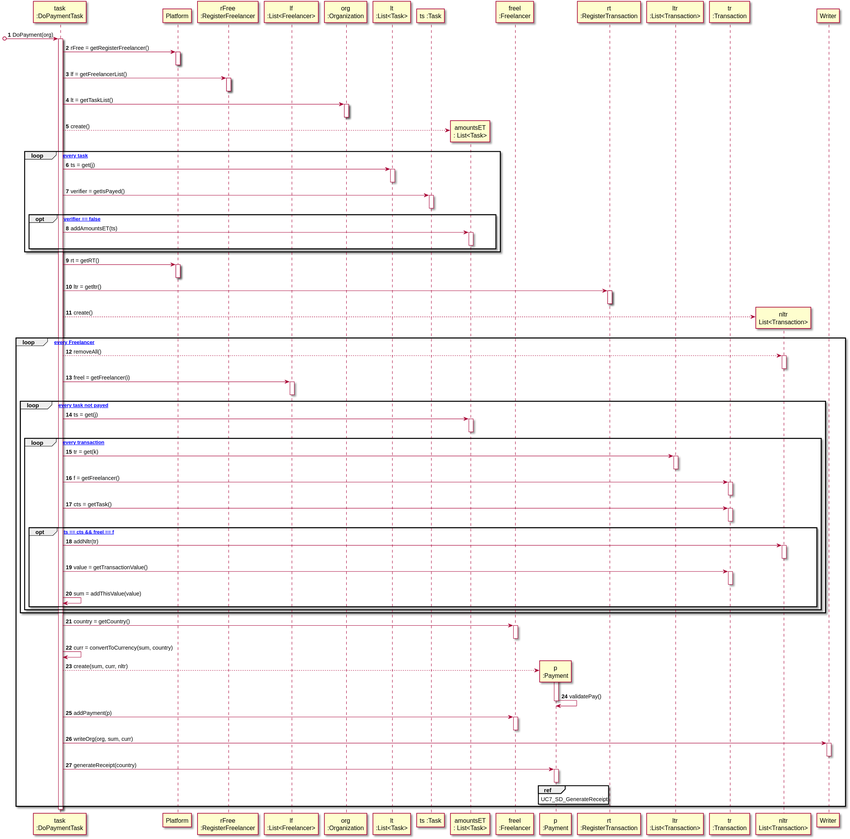
The PlantUML diagram docs/UC7 - Do Payment Automatically/UC7_SD_DoPayment.svg in 1190452/LAPR2, before a commit.
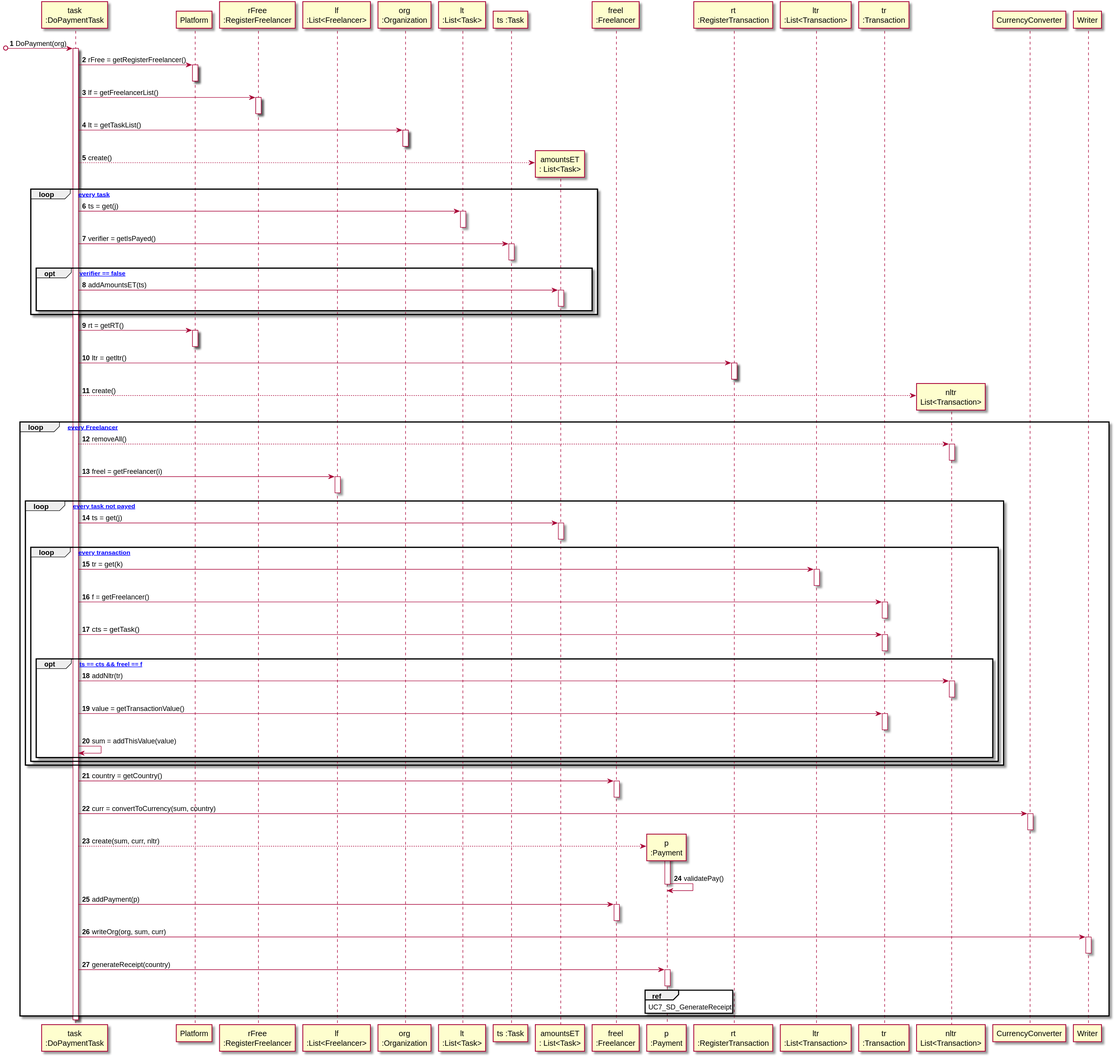
The same diagram one commit later.

The edit, as a diff of the source:
```diff
@@ -16,6 +16,7 @@
 participant "ltr\n:List<Transaction>" as LTR
 participant "tr\n:Transaction" as TR
 participant "nltr\nList<Transaction>" as NLTR
+participant "CurrencyConverter" as CC
 participant "Writer" as W
 
 [o-> TASK : DoPayment(org)
@@ -125,7 +126,9 @@
 activate F
 deactivate F
 
-TASK -> TASK : curr = convertToCurrency(sum, country)
+TASK -> CC : curr = convertToCurrency(sum, country)
+activate CC
+deactivate CC
 
 
 
```
